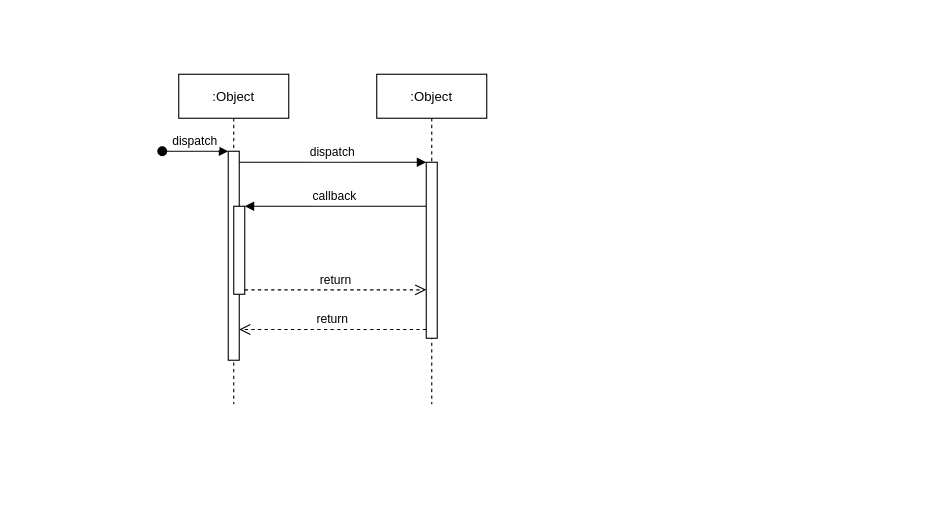
HLLissau/Diabetes_Group13 keeps this draw.io diagram as Documentation/Untitled Diagram.drawio. Above is the earlier version. Source tidied: cells renumbered, new cells numbered last; positions are measured from the earlier drawing's top-left corner, leaving out a move shared by most shapes. Both pictures are drawn from the tidied source at 110%, with x=0, y=0 at pixel (162, 74).
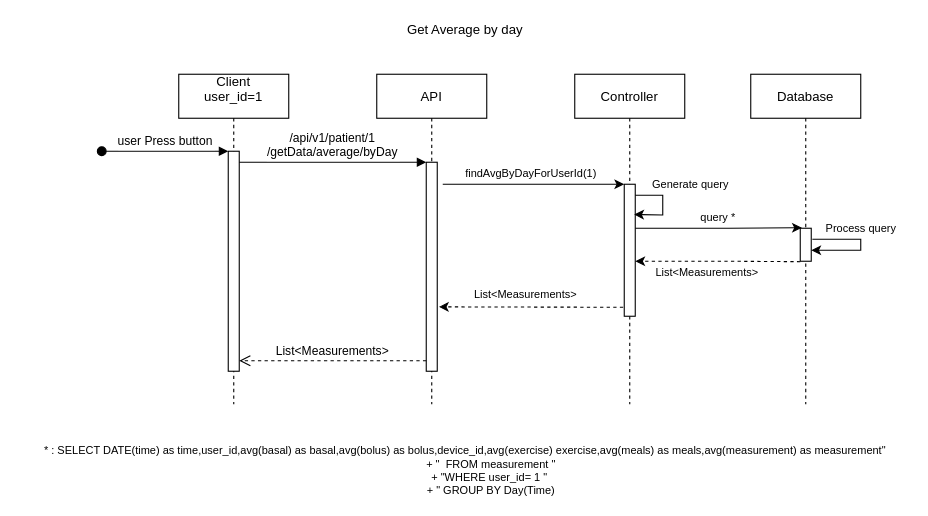
The same diagram, later.

What changed in the source:
```diff
@@
-    <mxCell id="2" value=":Object" style="shape=umlLifeline;perimeter=lifelinePerimeter;rounded=0;shadow=0;strokeWidth=1;" parent="1" vertex="1">
+    <mxCell id="2" value="Client &#10;user_id=1&#10;" style="shape=umlLifeline;perimeter=lifelinePerimeter;rounded=0;shadow=0;strokeWidth=1;" parent="1" vertex="1">
       <mxGeometry x="15" width="100" height="300" as="geometry" />
     </mxCell>
     <mxCell id="3" style="points=[];perimeter=orthogonalPerimeter;rounded=0;shadow=0;strokeWidth=1;" parent="2" vertex="1">
-      <mxGeometry x="45" y="70" width="10" height="190" as="geometry" />
+      <mxGeometry x="45" y="70" width="10" height="200" as="geometry" />
     </mxCell>
-    <mxCell id="4" value="dispatch" style="verticalAlign=bottom;startArrow=oval;endArrow=block;startSize=8;shadow=0;strokeWidth=1;" parent="2" edge="1" target="3">
+    <mxCell id="4" value="user Press button" style="verticalAlign=bottom;startArrow=oval;endArrow=block;startSize=8;shadow=0;strokeWidth=1;" parent="2" edge="1" target="3">
       <mxGeometry relative="1" as="geometry">
-        <mxPoint x="-15" y="70" as="sourcePoint" />
+        <mxPoint x="-70" y="70" as="sourcePoint" />
       </mxGeometry>
     </mxCell>
-    <mxCell id="5" style="points=[];perimeter=orthogonalPerimeter;rounded=0;shadow=0;strokeWidth=1;" parent="2" vertex="1">
-      <mxGeometry x="50" y="120" width="10" height="80" as="geometry" />
-    </mxCell>
-    <mxCell id="6" value=":Object" style="shape=umlLifeline;perimeter=lifelinePerimeter;rounded=0;shadow=0;strokeWidth=1;" parent="1" vertex="1">
+    <mxCell id="6" value="API" style="shape=umlLifeline;perimeter=lifelinePerimeter;rounded=0;shadow=0;strokeWidth=1;" parent="1" vertex="1">
       <mxGeometry x="195" width="100" height="300" as="geometry" />
     </mxCell>
     <mxCell id="7" style="points=[];perimeter=orthogonalPerimeter;rounded=0;shadow=0;strokeWidth=1;" parent="6" vertex="1">
-      <mxGeometry x="45" y="80" width="10" height="160" as="geometry" />
+      <mxGeometry x="45" y="80" width="10" height="190" as="geometry" />
     </mxCell>
-    <mxCell id="8" value="return" style="verticalAlign=bottom;endArrow=open;dashed=1;endSize=8;exitX=0;exitY=0.95;shadow=0;strokeWidth=1;" parent="1" edge="1" source="7" target="3">
+    <mxCell id="8" value="List&lt;Measurements&gt;" style="verticalAlign=bottom;endArrow=open;dashed=1;endSize=8;exitX=0;exitY=0.95;shadow=0;strokeWidth=1;" parent="1" edge="1" source="7" target="3">
       <mxGeometry relative="1" as="geometry" />
     </mxCell>
-    <mxCell id="9" value="dispatch" style="verticalAlign=bottom;endArrow=block;entryX=0;entryY=0;shadow=0;strokeWidth=1;" parent="1" edge="1" source="3" target="7">
+    <mxCell id="9" value="/api/v1/patient/1&#10;/getData/average/byDay" style="verticalAlign=bottom;endArrow=block;entryX=0;entryY=0;shadow=0;strokeWidth=1;" parent="1" edge="1" source="3" target="7">
       <mxGeometry relative="1" as="geometry" />
     </mxCell>
-    <mxCell id="10" value="callback" style="verticalAlign=bottom;endArrow=block;entryX=1;entryY=0;shadow=0;strokeWidth=1;" parent="1" edge="1" source="7" target="5">
-      <mxGeometry relative="1" as="geometry" />
-    </mxCell>
-    <mxCell id="11" value="return" style="verticalAlign=bottom;endArrow=open;dashed=1;endSize=8;exitX=1;exitY=0.95;shadow=0;strokeWidth=1;" parent="1" edge="1" source="5" target="7">
-      <mxGeometry relative="1" as="geometry" />
-    </mxCell>
+    <mxCell id="12" value="Database" style="shape=umlLifeline;perimeter=lifelinePerimeter;rounded=0;shadow=0;strokeWidth=1;" parent="1" vertex="1">
+      <mxGeometry x="535" width="100" height="300" as="geometry" />
+    </mxCell>
+    <mxCell id="13" style="points=[];perimeter=orthogonalPerimeter;rounded=0;shadow=0;strokeWidth=1;" parent="12" vertex="1">
+      <mxGeometry x="45" y="140" width="10" height="30" as="geometry" />
+    </mxCell>
+    <mxCell id="14" style="endArrow=classic;html=1;rounded=0;" parent="12" edge="1" target="13">
+      <mxGeometry relative="1" as="geometry">
+        <mxPoint x="56" y="150" as="sourcePoint" />
+        <Array as="points">
+          <mxPoint x="100" y="150" />
+          <mxPoint x="100" y="160" />
+        </Array>
+      </mxGeometry>
+    </mxCell>
+    <mxCell id="15" value="Get Average by day" style="text;html=1;align=center;verticalAlign=middle;strokeColor=none;fillColor=none;" parent="1" vertex="1">
+      <mxGeometry x="215" y="-50" width="120" height="20" as="geometry" />
+    </mxCell>
+    <mxCell id="16" style="endArrow=classic;html=1;rounded=0;" parent="1" edge="1" target="18">
+      <mxGeometry relative="1" as="geometry">
+        <mxPoint x="285" y="100" as="sourcePoint" />
+        <Array as="points">
+          <mxPoint x="255" y="100" />
+          <mxPoint x="285" y="100" />
+        </Array>
+      </mxGeometry>
+    </mxCell>
+    <mxCell id="17" value="Controller" style="shape=umlLifeline;perimeter=lifelinePerimeter;rounded=0;shadow=0;strokeWidth=1;" parent="1" vertex="1">
+      <mxGeometry x="375" width="100" height="300" as="geometry" />
+    </mxCell>
+    <mxCell id="18" style="points=[];perimeter=orthogonalPerimeter;rounded=0;shadow=0;strokeWidth=1;" parent="17" vertex="1">
+      <mxGeometry x="45" y="100" width="10" height="120" as="geometry" />
+    </mxCell>
+    <mxCell id="19" style="endArrow=classic;html=1;rounded=0;fontSize=10;entryX=0.9;entryY=0.229;entryDx=0;entryDy=0;entryPerimeter=0;" parent="17" edge="1" source="18" target="18">
+      <mxGeometry relative="1" as="geometry">
+        <Array as="points">
+          <mxPoint x="80" y="110" />
+          <mxPoint x="80" y="128" />
+        </Array>
+      </mxGeometry>
+    </mxCell>
+    <mxCell id="20" value="&lt;font style=&quot;font-size: 10px&quot;&gt;findAvgByDayForUserId(1)&lt;/font&gt;" style="text;html=1;align=center;verticalAlign=middle;strokeColor=none;fillColor=none;" parent="1" vertex="1">
+      <mxGeometry x="265" y="80" width="140" height="20" as="geometry" />
+    </mxCell>
+    <mxCell id="21" value="Generate query" style="text;html=1;align=center;verticalAlign=middle;strokeColor=none;fillColor=none;fontSize=10;" parent="1" vertex="1">
+      <mxGeometry x="435" y="90" width="90" height="20" as="geometry" />
+    </mxCell>
+    <mxCell id="22" style="endArrow=classic;html=1;rounded=0;fontSize=10;entryX=0.15;entryY=-0.017;entryDx=0;entryDy=0;entryPerimeter=0;" parent="1" edge="1" source="18" target="13">
+      <mxGeometry relative="1" as="geometry">
+        <Array as="points">
+          <mxPoint x="515" y="140" />
+        </Array>
+      </mxGeometry>
+    </mxCell>
+    <mxCell id="23" value="query *" style="text;html=1;align=center;verticalAlign=middle;strokeColor=none;fillColor=none;fontSize=10;" parent="1" vertex="1">
+      <mxGeometry x="480" y="120" width="50" height="20" as="geometry" />
+    </mxCell>
+    <mxCell id="24" value="* : SELECT DATE(time) as time,user_id,avg(basal) as basal,avg(bolus) as bolus,device_id,avg(exercise) exercise,avg(meals) as meals,avg(measurement) as measurement&quot;&lt;br&gt;&amp;nbsp;&amp;nbsp; &amp;nbsp;&amp;nbsp;&amp;nbsp;&amp;nbsp; &amp;nbsp;&amp;nbsp;&amp;nbsp; &amp;nbsp;&amp;nbsp;&amp;nbsp;&amp;nbsp; + &quot;&amp;nbsp; FROM measurement &quot;&lt;br&gt;&amp;nbsp;&amp;nbsp; &amp;nbsp;&amp;nbsp;&amp;nbsp;&amp;nbsp; &amp;nbsp;&amp;nbsp;&amp;nbsp; &amp;nbsp;&amp;nbsp;&amp;nbsp;&amp;nbsp; + &quot;WHERE user_id= 1 &quot;&amp;nbsp; &lt;br&gt;&amp;nbsp;&amp;nbsp; &amp;nbsp;&amp;nbsp;&amp;nbsp;&amp;nbsp; &amp;nbsp;&amp;nbsp;&amp;nbsp; &amp;nbsp;&amp;nbsp;&amp;nbsp;&amp;nbsp; + &quot; GROUP BY Day(Time)" style="text;html=1;align=center;verticalAlign=middle;strokeColor=none;fillColor=none;fontSize=10;" parent="1" vertex="1">
+      <mxGeometry x="-130" y="335" width="810" height="50" as="geometry" />
+    </mxCell>
+    <mxCell id="25" style="endArrow=classic;html=1;rounded=0;fontSize=10;exitX=0;exitY=1.013;exitDx=0;exitDy=0;exitPerimeter=0;dashed=1;" parent="1" edge="1" source="13" target="18">
+      <mxGeometry relative="1" as="geometry">
+        <Array as="points">
+          <mxPoint x="515" y="170" />
+        </Array>
+      </mxGeometry>
+    </mxCell>
+    <mxCell id="26" value="List&amp;lt;Measurements&amp;gt;" style="text;html=1;align=center;verticalAlign=middle;strokeColor=none;fillColor=none;fontSize=10;" parent="1" vertex="1">
+      <mxGeometry x="440" y="170" width="110" height="20" as="geometry" />
+    </mxCell>
+    <mxCell id="27" style="endArrow=classic;html=1;rounded=0;fontSize=10;exitX=-0.1;exitY=0.932;exitDx=0;exitDy=0;exitPerimeter=0;entryX=1.15;entryY=0.692;entryDx=0;entryDy=0;entryPerimeter=0;dashed=1;" parent="1" edge="1" source="18" target="7">
+      <mxGeometry relative="1" as="geometry" />
+    </mxCell>
+    <mxCell id="28" value="List&amp;lt;Measurements&amp;gt;" style="text;html=1;align=center;verticalAlign=middle;strokeColor=none;fillColor=none;fontSize=10;" parent="1" vertex="1">
+      <mxGeometry x="275" y="190" width="110" height="20" as="geometry" />
+    </mxCell>
+    <mxCell id="29" value="Process query" style="text;html=1;align=center;verticalAlign=middle;strokeColor=none;fillColor=none;fontSize=10;" parent="1" vertex="1">
+      <mxGeometry x="595" y="130" width="80" height="20" as="geometry" />
+    </mxCell>
```
